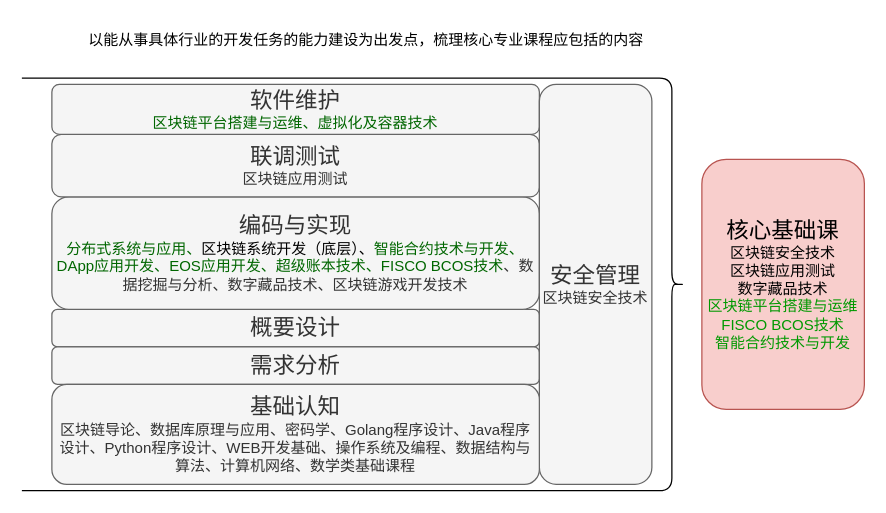
The draw.io diagram 核心专业课.drawio in luuuuo/luuuuo_content, before the edit. Source tidied: cells renumbered, new cells numbered last; positions are measured from the earlier drawing's top-left corner, leaving out a move shared by most shapes. Both pictures are drawn from the tidied source at 125%, with x=0, y=0 at pixel (21, 21).
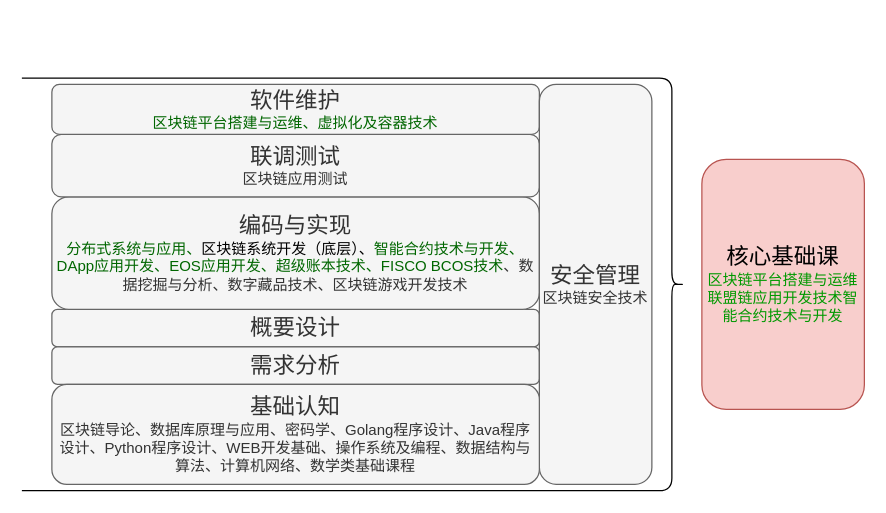
After the change.

Commit message:
更新核心专业课.drawio

What changed in the source:
```diff
@@
 <mxGraphModel>
   <root>
     <mxCell id="0" />
     <mxCell id="1" parent="0" />
     <mxCell id="2" style="shape=curlyBracket;whiteSpace=wrap;html=1;rounded=1;flipH=1;labelPosition=right;verticalLabelPosition=middle;align=left;verticalAlign=middle;size=0.018867924528301886;" parent="1" vertex="1">
       <mxGeometry y="45" width="530" height="330" as="geometry" />
     </mxCell>
     <mxCell id="3" value="&lt;font style=&quot;font-size: 18px;&quot;&gt;概要设计&lt;/font&gt;" style="rounded=1;whiteSpace=wrap;html=1;fillColor=#f5f5f5;fontColor=#333333;strokeColor=#666666;" parent="1" vertex="1">
       <mxGeometry x="24" y="230" width="390" height="30" as="geometry" />
     </mxCell>
     <mxCell id="4" value="&lt;font style=&quot;font-size: 18px;&quot;&gt;需求分析&lt;/font&gt;" style="rounded=1;whiteSpace=wrap;html=1;fillColor=#f5f5f5;fontColor=#333333;strokeColor=#666666;" parent="1" vertex="1">
       <mxGeometry x="24" y="260" width="390" height="30" as="geometry" />
     </mxCell>
     <mxCell id="5" value="&lt;font style=&quot;font-size: 18px;&quot;&gt;编码与实现&lt;br&gt;&lt;/font&gt;&lt;div&gt;&lt;font color=&quot;#006600&quot;&gt;分布式系统与应用、&lt;/font&gt;&lt;span style=&quot;background-color: initial;&quot;&gt;&lt;font color=&quot;#000000&quot;&gt;区块链系统开发（底层）、&lt;/font&gt;&lt;/span&gt;&lt;span style=&quot;color: rgb(0, 102, 0); background-color: initial;&quot;&gt;智能合约技术与开发、&lt;/span&gt;&lt;span style=&quot;color: rgb(0, 102, 0); background-color: initial;&quot;&gt;DApp应用开发、&lt;/span&gt;&lt;span style=&quot;color: rgb(0, 102, 0); background-color: initial;&quot;&gt;EOS应用开发、&lt;/span&gt;&lt;span style=&quot;color: rgb(0, 102, 0); background-color: initial;&quot;&gt;超级账本技术、&lt;/span&gt;&lt;span style=&quot;color: rgb(0, 102, 0); background-color: initial;&quot;&gt;FISCO BCOS技术&lt;/span&gt;&lt;span style=&quot;background-color: initial;&quot;&gt;、&lt;/span&gt;&lt;span style=&quot;background-color: initial;&quot;&gt;数据挖掘与分析、数字藏品技术、区块链游戏开发技术&lt;/span&gt;&lt;/div&gt;" style="rounded=1;whiteSpace=wrap;html=1;fillColor=#f5f5f5;strokeColor=#666666;fontColor=#333333;" parent="1" vertex="1">
       <mxGeometry x="24" y="140" width="390" height="90" as="geometry" />
     </mxCell>
     <mxCell id="6" value="&lt;font style=&quot;font-size: 18px;&quot;&gt;联调测试&lt;br&gt;&lt;/font&gt;区块链应用测试" style="rounded=1;whiteSpace=wrap;html=1;fillColor=#f5f5f5;strokeColor=#666666;fontColor=#333333;" parent="1" vertex="1">
       <mxGeometry x="24" y="90" width="390" height="50" as="geometry" />
     </mxCell>
     <mxCell id="7" value="&lt;font style=&quot;font-size: 18px;&quot;&gt;软件维护&lt;br&gt;&lt;/font&gt;&lt;font color=&quot;#006600&quot;&gt;区块链平台搭建与运维、虚拟化及容器技术&lt;/font&gt;" style="rounded=1;whiteSpace=wrap;html=1;fillColor=#f5f5f5;strokeColor=#666666;fontColor=#333333;" parent="1" vertex="1">
       <mxGeometry x="24" y="50" width="390" height="40" as="geometry" />
     </mxCell>
     <mxCell id="8" value="&lt;font style=&quot;font-size: 18px;&quot;&gt;安全管理&lt;/font&gt;&lt;br&gt;区块链安全技术" style="rounded=1;whiteSpace=wrap;html=1;fillColor=#f5f5f5;strokeColor=#666666;fontColor=#333333;" parent="1" vertex="1">
       <mxGeometry x="414" y="50" width="90" height="320" as="geometry" />
     </mxCell>
     <mxCell id="9" value="&lt;font style=&quot;font-size: 18px;&quot;&gt;基础认知&lt;/font&gt;&lt;br&gt;&lt;div&gt;区块链导论、&lt;span style=&quot;background-color: initial;&quot;&gt;数据库原理与应用、&lt;/span&gt;&lt;span style=&quot;background-color: initial;&quot;&gt;密码学、&lt;/span&gt;&lt;span style=&quot;background-color: initial;&quot;&gt;Golang程序设计、&lt;/span&gt;&lt;span style=&quot;background-color: initial;&quot;&gt;Java程序设计、&lt;/span&gt;&lt;span style=&quot;background-color: initial;&quot;&gt;Python程序设计、&lt;/span&gt;&lt;span style=&quot;background-color: initial;&quot;&gt;WEB开发基础、&lt;/span&gt;&lt;span style=&quot;background-color: initial;&quot;&gt;操作系统及编程、&lt;/span&gt;&lt;span style=&quot;background-color: initial;&quot;&gt;数据结构与算法、&lt;/span&gt;&lt;span style=&quot;background-color: initial;&quot;&gt;计算机网络、&lt;/span&gt;&lt;span style=&quot;background-color: initial;&quot;&gt;数学类基础课程&lt;/span&gt;&lt;/div&gt;" style="rounded=1;whiteSpace=wrap;html=1;fillColor=#f5f5f5;fontColor=#333333;strokeColor=#666666;" parent="1" vertex="1">
       <mxGeometry x="24" y="290" width="390" height="80" as="geometry" />
     </mxCell>
-    <mxCell id="10" value="以能从事具体行业的开发任务的能力建设为出发点，梳理核心专业课程应包括的内容" style="text;html=1;align=center;verticalAlign=middle;strokeColor=none;fillColor=none;" parent="1" vertex="1">
-      <mxGeometry x="40" width="470" height="30" as="geometry" />
-    </mxCell>
-    <mxCell id="11" value="&lt;font style=&quot;font-size: 18px;&quot;&gt;核心基础课&lt;/font&gt;&lt;br&gt;区块链安全技术&lt;br style=&quot;border-color: var(--border-color);&quot;&gt;区块链应用测试&lt;br&gt;数字藏品技术&lt;br&gt;&lt;font color=&quot;#009900&quot;&gt;区块链平台搭建与运维&lt;br style=&quot;border-color: var(--border-color);&quot;&gt;FISCO BCOS技术&lt;br style=&quot;border-color: var(--border-color);&quot;&gt;智能合约技术与开发&lt;/font&gt;" style="rounded=1;whiteSpace=wrap;html=1;fillColor=#f8cecc;strokeColor=#b85450;" parent="1" vertex="1">
+    <mxCell id="11" value="&lt;font style=&quot;font-size: 18px;&quot;&gt;核心基础课&lt;/font&gt;&lt;br&gt;&lt;font color=&quot;#009900&quot;&gt;区块链平台搭建与运维&lt;br style=&quot;border-color: var(--border-color);&quot;&gt;联盟链应用开发技术智能合约技术与开发&lt;/font&gt;" style="rounded=1;whiteSpace=wrap;html=1;fillColor=#f8cecc;strokeColor=#b85450;" parent="1" vertex="1">
       <mxGeometry x="544" y="110" width="130" height="200" as="geometry" />
     </mxCell>
   </root>
 </mxGraphModel>
```
